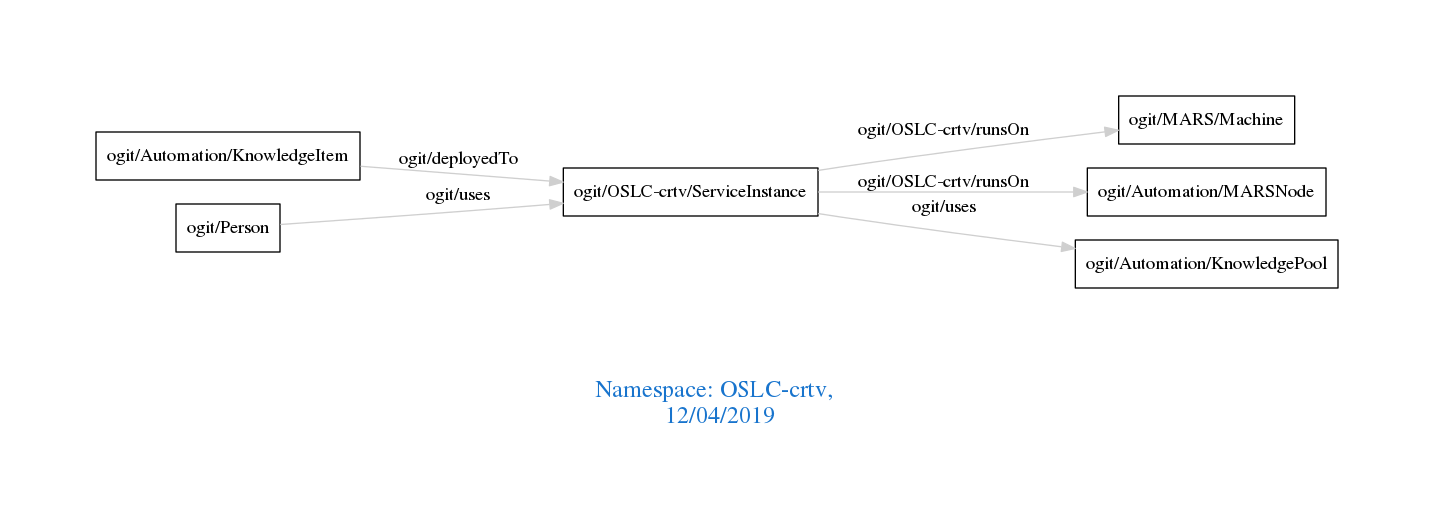
Above: downloads/OSLC-crtv.png in arago/OGIT (Graphviz), before the change. Its source is kept beside it as downloads/OSLC-crtv.dot.
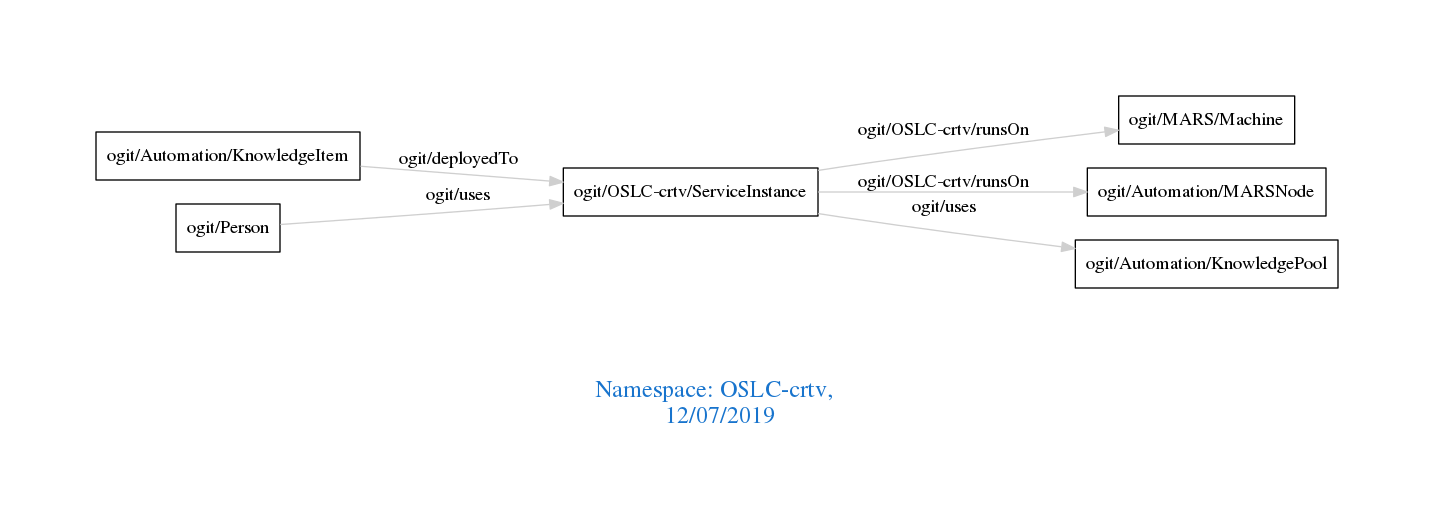
After the change.

The edit, as a diff of the source:
```diff
@@ -1,7 +1,7 @@
 digraph OGIT_ontology {
  graph [ rankdir= LR,pad=1
 fontsize = 18,
-fontcolor= dodgerblue3,label = "\n\n\nNamespace: OSLC-crtv, \n 12/04/2019"];
+fontcolor= dodgerblue3,label = "\n\n\nNamespace: OSLC-crtv, \n 12/07/2019"];
 node[shape=polygon];
 edge [  color="gray81"];
 
```
